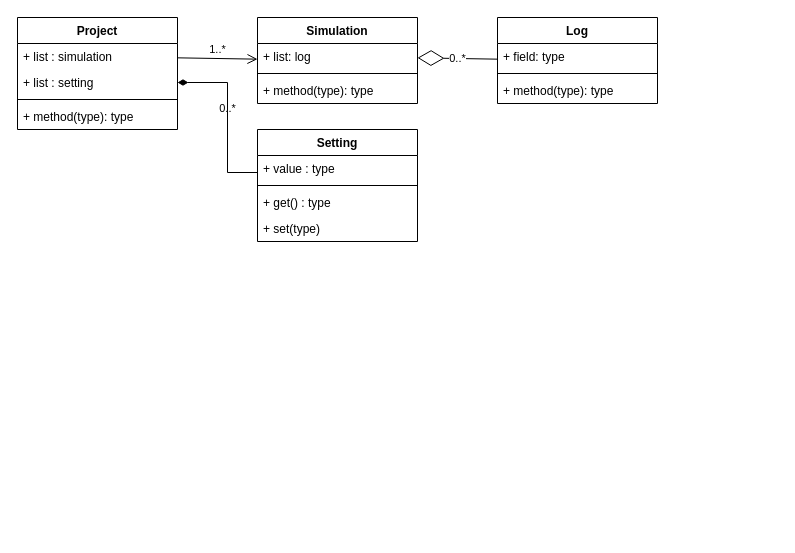
Above: class_Diagram1.drawio in hc7/T2024 (draw.io), before the change. Source tidied: cells renumbered, new cells numbered last; positions are measured from the earlier drawing's top-left corner, leaving out a move shared by most shapes. Both pictures are drawn from the tidied source at 100%, with x=0, y=0 at pixel (17, 17).
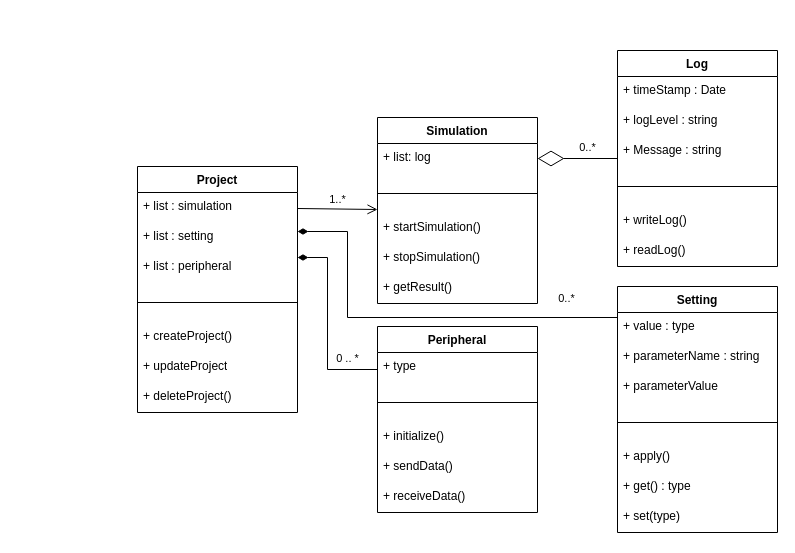
The same diagram, later.

The edit, as a diff of the source:
```diff
@@
     <mxCell id="2" value="Project" style="swimlane;fontStyle=1;align=center;verticalAlign=top;horizontal=1;startSize=26;whiteSpace=wrap;html=1;" parent="1" vertex="1">
-      <mxGeometry width="160" height="112" as="geometry" />
+      <mxGeometry x="120" y="149" width="160" height="246" as="geometry" />
     </mxCell>
     <mxCell id="3" value="+ list : simulation" style="text;strokeColor=none;fillColor=none;align=left;verticalAlign=top;spacingLeft=4;spacingRight=4;overflow=hidden;points=[[0,0.5],[1,0.5]];portConstraint=eastwest;whiteSpace=wrap;html=1;" parent="2" vertex="1">
-      <mxGeometry y="26" width="160" height="26" as="geometry" />
+      <mxGeometry y="26" width="160" height="30" as="geometry" />
     </mxCell>
     <mxCell id="4" value="+ list : setting" style="text;strokeColor=none;fillColor=none;align=left;verticalAlign=top;spacingLeft=4;spacingRight=4;overflow=hidden;points=[[0,0.5],[1,0.5]];portConstraint=eastwest;whiteSpace=wrap;html=1;" parent="2" vertex="1">
-      <mxGeometry y="52" width="160" height="26" as="geometry" />
+      <mxGeometry y="56" width="160" height="30" as="geometry" />
     </mxCell>
+    <mxCell id="23" value="+ list : peripheral" style="text;strokeColor=none;fillColor=none;align=left;verticalAlign=top;spacingLeft=4;spacingRight=4;overflow=hidden;points=[[0,0.5],[1,0.5]];portConstraint=eastwest;whiteSpace=wrap;html=1;" parent="2" vertex="1">
+      <mxGeometry y="86" width="160" height="30" as="geometry" />
+    </mxCell>
     <mxCell id="5" style="line;strokeWidth=1;fillColor=none;align=left;verticalAlign=middle;spacingTop=-1;spacingLeft=3;spacingRight=3;labelPosition=right;strokeColor=inherit;" parent="2" vertex="1">
-      <mxGeometry y="78" width="160" height="8" as="geometry" />
+      <mxGeometry y="116" width="160" height="40" as="geometry" />
     </mxCell>
-    <mxCell id="6" value="+ method(type): type" style="text;strokeColor=none;fillColor=none;align=left;verticalAlign=top;spacingLeft=4;spacingRight=4;overflow=hidden;whiteSpace=wrap;html=1;" parent="2" vertex="1">
-      <mxGeometry y="86" width="160" height="26" as="geometry" />
+    <mxCell id="6" value="+&amp;nbsp;createProject()" style="text;strokeColor=none;fillColor=none;align=left;verticalAlign=top;spacingLeft=4;spacingRight=4;overflow=hidden;whiteSpace=wrap;html=1;" parent="2" vertex="1">
+      <mxGeometry y="156" width="160" height="30" as="geometry" />
     </mxCell>
+    <mxCell id="24" value="+ updateProject" style="text;strokeColor=none;fillColor=none;align=left;verticalAlign=top;spacingLeft=4;spacingRight=4;overflow=hidden;whiteSpace=wrap;html=1;" parent="2" vertex="1">
+      <mxGeometry y="186" width="160" height="30" as="geometry" />
+    </mxCell>
+    <mxCell id="25" value="+ deleteProject()" style="text;strokeColor=none;fillColor=none;align=left;verticalAlign=top;spacingLeft=4;spacingRight=4;overflow=hidden;whiteSpace=wrap;html=1;" parent="2" vertex="1">
+      <mxGeometry y="216" width="160" height="30" as="geometry" />
+    </mxCell>
@@
     <mxCell id="8" value="Log" style="swimlane;fontStyle=1;align=center;verticalAlign=top;horizontal=1;startSize=26;whiteSpace=wrap;html=1;" parent="1" vertex="1">
-      <mxGeometry x="480" width="160" height="86" as="geometry" />
+      <mxGeometry x="600" y="33" width="160" height="216" as="geometry" />
     </mxCell>
-    <mxCell id="9" value="+ field: type" style="text;strokeColor=none;fillColor=none;align=left;verticalAlign=top;spacingLeft=4;spacingRight=4;overflow=hidden;whiteSpace=wrap;html=1;" parent="8" vertex="1">
-      <mxGeometry y="26" width="160" height="26" as="geometry" />
+    <mxCell id="9" value="+ timeStamp : Date" style="text;strokeColor=none;fillColor=none;align=left;verticalAlign=top;spacingLeft=4;spacingRight=4;overflow=hidden;whiteSpace=wrap;html=1;" parent="8" vertex="1">
+      <mxGeometry y="26" width="160" height="30" as="geometry" />
     </mxCell>
+    <mxCell id="26" value="+ logLevel : string" style="text;strokeColor=none;fillColor=none;align=left;verticalAlign=top;spacingLeft=4;spacingRight=4;overflow=hidden;whiteSpace=wrap;html=1;" parent="8" vertex="1">
+      <mxGeometry y="56" width="160" height="30" as="geometry" />
+    </mxCell>
+    <mxCell id="27" value="+ Message : string" style="text;strokeColor=none;fillColor=none;align=left;verticalAlign=top;spacingLeft=4;spacingRight=4;overflow=hidden;whiteSpace=wrap;html=1;" parent="8" vertex="1">
+      <mxGeometry y="86" width="160" height="30" as="geometry" />
+    </mxCell>
     <mxCell id="10" style="line;strokeWidth=1;fillColor=none;align=left;verticalAlign=middle;spacingTop=-1;spacingLeft=3;spacingRight=3;labelPosition=right;strokeColor=inherit;" parent="8" vertex="1">
-      <mxGeometry y="52" width="160" height="8" as="geometry" />
+      <mxGeometry y="116" width="160" height="40" as="geometry" />
     </mxCell>
-    <mxCell id="11" value="+ method(type): type" style="text;strokeColor=none;fillColor=none;align=left;verticalAlign=top;spacingLeft=4;spacingRight=4;overflow=hidden;whiteSpace=wrap;html=1;" parent="8" vertex="1">
-      <mxGeometry y="60" width="160" height="26" as="geometry" />
+    <mxCell id="11" value="+ writeLog()" style="text;strokeColor=none;fillColor=none;align=left;verticalAlign=top;spacingLeft=4;spacingRight=4;overflow=hidden;whiteSpace=wrap;html=1;" parent="8" vertex="1">
+      <mxGeometry y="156" width="160" height="30" as="geometry" />
     </mxCell>
+    <mxCell id="28" value="+ readLog()" style="text;strokeColor=none;fillColor=none;align=left;verticalAlign=top;spacingLeft=4;spacingRight=4;overflow=hidden;whiteSpace=wrap;html=1;" parent="8" vertex="1">
+      <mxGeometry y="186" width="160" height="30" as="geometry" />
+    </mxCell>
     <mxCell id="12" value="Simulation" style="swimlane;fontStyle=1;align=center;verticalAlign=top;horizontal=1;startSize=26;whiteSpace=wrap;html=1;" parent="1" vertex="1">
-      <mxGeometry x="240" width="160" height="86" as="geometry" />
+      <mxGeometry x="360" y="100" width="160" height="186" as="geometry" />
     </mxCell>
     <mxCell id="13" value="+ list: log" style="text;strokeColor=none;fillColor=none;align=left;verticalAlign=top;spacingLeft=4;spacingRight=4;overflow=hidden;points=[[0,0.5],[1,0.5]];portConstraint=eastwest;whiteSpace=wrap;html=1;" parent="12" vertex="1">
-      <mxGeometry y="26" width="160" height="26" as="geometry" />
+      <mxGeometry y="26" width="160" height="30" as="geometry" />
     </mxCell>
     <mxCell id="14" style="line;strokeWidth=1;fillColor=none;align=left;verticalAlign=middle;spacingTop=-1;spacingLeft=3;spacingRight=3;labelPosition=right;strokeColor=inherit;" parent="12" vertex="1">
-      <mxGeometry y="52" width="160" height="8" as="geometry" />
+      <mxGeometry y="56" width="160" height="40" as="geometry" />
     </mxCell>
-    <mxCell id="15" value="+ method(type): type" style="text;strokeColor=none;fillColor=none;align=left;verticalAlign=top;spacingLeft=4;spacingRight=4;overflow=hidden;whiteSpace=wrap;html=1;" parent="12" vertex="1">
-      <mxGeometry y="60" width="160" height="26" as="geometry" />
+    <mxCell id="15" value="+ startSimulation()" style="text;strokeColor=none;fillColor=none;align=left;verticalAlign=top;spacingLeft=4;spacingRight=4;overflow=hidden;whiteSpace=wrap;html=1;" parent="12" vertex="1">
+      <mxGeometry y="96" width="160" height="30" as="geometry" />
     </mxCell>
+    <mxCell id="29" value="+ stopSimulation()" style="text;strokeColor=none;fillColor=none;align=left;verticalAlign=top;spacingLeft=4;spacingRight=4;overflow=hidden;whiteSpace=wrap;html=1;" parent="12" vertex="1">
+      <mxGeometry y="126" width="160" height="30" as="geometry" />
+    </mxCell>
+    <mxCell id="30" value="+ getResult()" style="text;strokeColor=none;fillColor=none;align=left;verticalAlign=top;spacingLeft=4;spacingRight=4;overflow=hidden;whiteSpace=wrap;html=1;" parent="12" vertex="1">
+      <mxGeometry y="156" width="160" height="30" as="geometry" />
+    </mxCell>
     <mxCell id="16" value="0..*" style="endArrow=diamondThin;endFill=0;endSize=24;html=1;rounded=0;" parent="1" edge="1" source="8" target="13">
-      <mxGeometry relative="1" as="geometry" />
+      <mxGeometry x="-0.25" y="-11" relative="1" as="geometry" />
     </mxCell>
     <mxCell id="17" value="0..*" style="endArrow=none;startArrow=diamondThin;endFill=0;startFill=1;html=1;verticalAlign=bottom;labelBackgroundColor=none;strokeWidth=1;startSize=8;endSize=8;rounded=0;edgeStyle=orthogonalEdgeStyle;" parent="1" edge="1" source="4" target="18">
-      <mxGeometry relative="1" as="geometry">
+      <mxGeometry x="0.75" y="10" relative="1" as="geometry">
         <Array as="points">
-          <mxPoint x="210" y="65" />
-          <mxPoint x="210" y="155" />
+          <mxPoint x="330" y="214" />
+          <mxPoint x="330" y="300" />
         </Array>
       </mxGeometry>
     </mxCell>
     <mxCell id="18" value="Setting" style="swimlane;fontStyle=1;align=center;verticalAlign=top;horizontal=1;startSize=26;whiteSpace=wrap;html=1;" parent="1" vertex="1">
-      <mxGeometry x="240" y="112" width="160" height="112" as="geometry" />
+      <mxGeometry x="600" y="269" width="160" height="246" as="geometry" />
     </mxCell>
     <mxCell id="19" value="+ value : type" style="text;strokeColor=none;fillColor=none;align=left;verticalAlign=top;spacingLeft=4;spacingRight=4;overflow=hidden;whiteSpace=wrap;html=1;" parent="18" vertex="1">
-      <mxGeometry y="26" width="160" height="26" as="geometry" />
+      <mxGeometry y="26" width="160" height="30" as="geometry" />
     </mxCell>
+    <mxCell id="31" value="+ parameterName : string" style="text;strokeColor=none;fillColor=none;align=left;verticalAlign=top;spacingLeft=4;spacingRight=4;overflow=hidden;whiteSpace=wrap;html=1;" parent="18" vertex="1">
+      <mxGeometry y="56" width="160" height="30" as="geometry" />
+    </mxCell>
+    <mxCell id="32" value="+ parameterValue&amp;nbsp;" style="text;strokeColor=none;fillColor=none;align=left;verticalAlign=top;spacingLeft=4;spacingRight=4;overflow=hidden;whiteSpace=wrap;html=1;" parent="18" vertex="1">
+      <mxGeometry y="86" width="160" height="30" as="geometry" />
+    </mxCell>
     <mxCell id="20" style="line;strokeWidth=1;fillColor=none;align=left;verticalAlign=middle;spacingTop=-1;spacingLeft=3;spacingRight=3;labelPosition=right;strokeColor=inherit;" parent="18" vertex="1">
-      <mxGeometry y="52" width="160" height="8" as="geometry" />
+      <mxGeometry y="116" width="160" height="40" as="geometry" />
     </mxCell>
+    <mxCell id="33" value="+ apply()" style="text;strokeColor=none;fillColor=none;align=left;verticalAlign=top;spacingLeft=4;spacingRight=4;overflow=hidden;whiteSpace=wrap;html=1;" parent="18" vertex="1">
+      <mxGeometry y="156" width="160" height="30" as="geometry" />
+    </mxCell>
     <mxCell id="21" value="+ get() : type" style="text;strokeColor=none;fillColor=none;align=left;verticalAlign=top;spacingLeft=4;spacingRight=4;overflow=hidden;whiteSpace=wrap;html=1;" parent="18" vertex="1">
-      <mxGeometry y="60" width="160" height="26" as="geometry" />
+      <mxGeometry y="186" width="160" height="30" as="geometry" />
     </mxCell>
     <mxCell id="22" value="+ set(type)" style="text;strokeColor=none;fillColor=none;align=left;verticalAlign=top;spacingLeft=4;spacingRight=4;overflow=hidden;whiteSpace=wrap;html=1;" parent="18" vertex="1">
-      <mxGeometry y="86" width="160" height="26" as="geometry" />
+      <mxGeometry y="216" width="160" height="30" as="geometry" />
     </mxCell>
+    <mxCell id="34" style="text;strokeColor=none;fillColor=none;align=left;verticalAlign=middle;spacingTop=-1;spacingLeft=4;spacingRight=4;labelPosition=right;" parent="1" vertex="1">
+      <mxGeometry x="480" y="377" width="50" height="40" as="geometry" />
+    </mxCell>
+    <mxCell id="35" value="Peripheral" style="swimlane;fontStyle=1;align=center;verticalAlign=top;horizontal=1;startSize=26;whiteSpace=wrap;html=1;" parent="1" vertex="1">
+      <mxGeometry x="360" y="309" width="160" height="186" as="geometry" />
+    </mxCell>
+    <mxCell id="36" value="+ type" style="text;strokeColor=none;fillColor=none;align=left;verticalAlign=top;spacingLeft=4;spacingRight=4;overflow=hidden;whiteSpace=wrap;html=1;" parent="35" vertex="1">
+      <mxGeometry y="26" width="160" height="30" as="geometry" />
+    </mxCell>
+    <mxCell id="37" style="line;strokeWidth=1;fillColor=none;align=left;verticalAlign=middle;spacingTop=-1;spacingLeft=3;spacingRight=3;labelPosition=right;strokeColor=inherit;" parent="35" vertex="1">
+      <mxGeometry y="56" width="160" height="40" as="geometry" />
+    </mxCell>
+    <mxCell id="38" value="+ initialize()" style="text;strokeColor=none;fillColor=none;align=left;verticalAlign=top;spacingLeft=4;spacingRight=4;overflow=hidden;whiteSpace=wrap;html=1;" parent="35" vertex="1">
+      <mxGeometry y="96" width="160" height="30" as="geometry" />
+    </mxCell>
+    <mxCell id="39" value="+ sendData()" style="text;strokeColor=none;fillColor=none;align=left;verticalAlign=top;spacingLeft=4;spacingRight=4;overflow=hidden;whiteSpace=wrap;html=1;" parent="35" vertex="1">
+      <mxGeometry y="126" width="160" height="30" as="geometry" />
+    </mxCell>
+    <mxCell id="40" value="+ receiveData()" style="text;strokeColor=none;fillColor=none;align=left;verticalAlign=top;spacingLeft=4;spacingRight=4;overflow=hidden;whiteSpace=wrap;html=1;" parent="35" vertex="1">
+      <mxGeometry y="156" width="160" height="30" as="geometry" />
+    </mxCell>
+    <mxCell id="41" value="0 .. *" style="endArrow=none;startArrow=diamondThin;endFill=0;startFill=1;html=1;verticalAlign=bottom;labelBackgroundColor=none;strokeWidth=1;startSize=8;endSize=8;rounded=0;edgeStyle=orthogonalEdgeStyle;" parent="1" edge="1" source="23" target="35">
+      <mxGeometry x="0.69" y="2" relative="1" as="geometry">
+        <Array as="points">
+          <mxPoint x="310" y="240" />
+          <mxPoint x="310" y="352" />
+        </Array>
+      </mxGeometry>
+    </mxCell>
```
